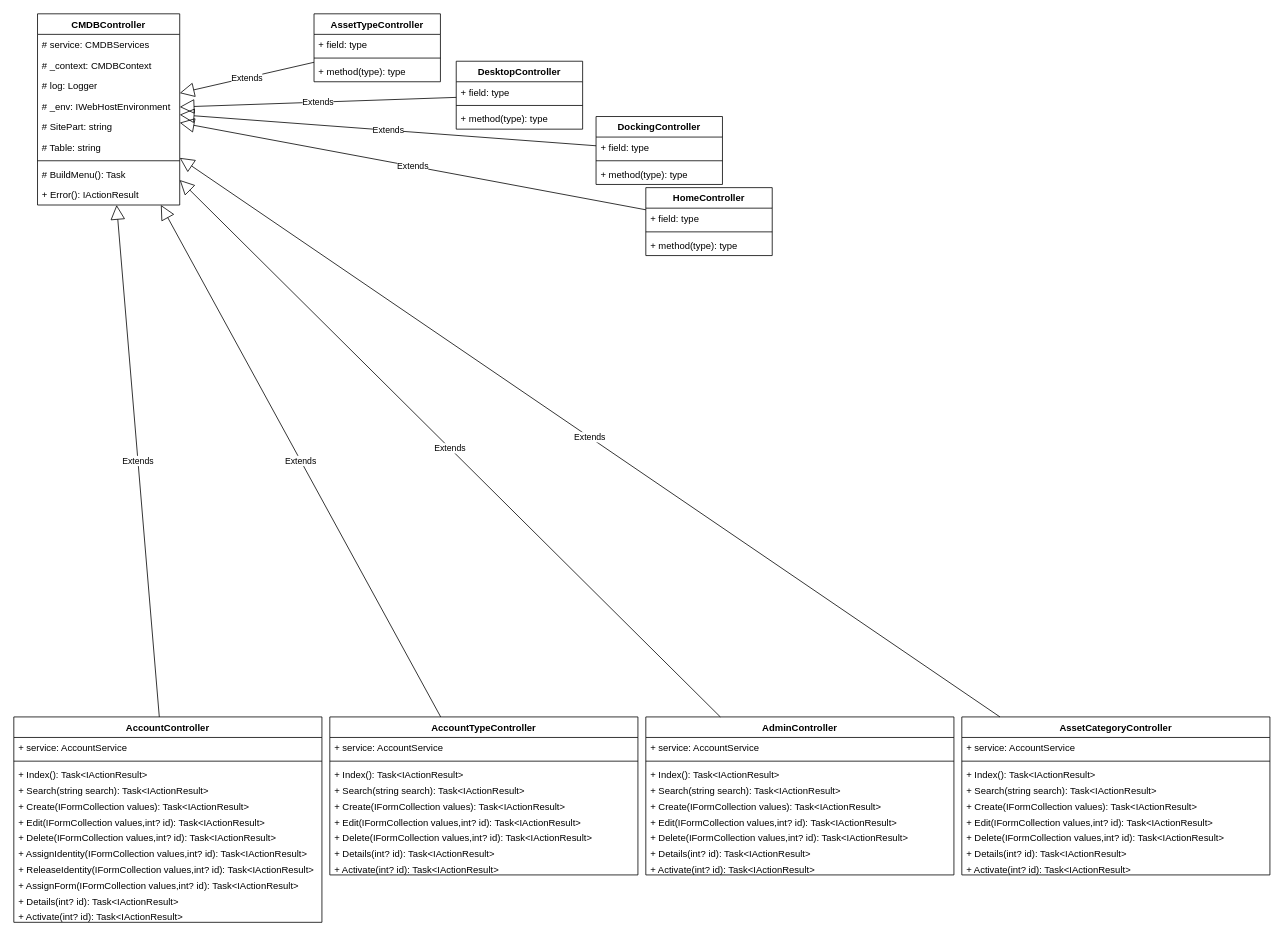
Above: page "Controllers" (3 of 5) of CMDB/CMDB/Documentation/CMDB-Class.drawio in HansColman45/PyCMDB (draw.io), before the change. Source tidied: cells renumbered, new cells numbered last; positions are measured from the earlier drawing's top-left corner, leaving out a move shared by most shapes. Both pictures are drawn from the tidied source at 79%, with x=0, y=0 at pixel (13, 13).
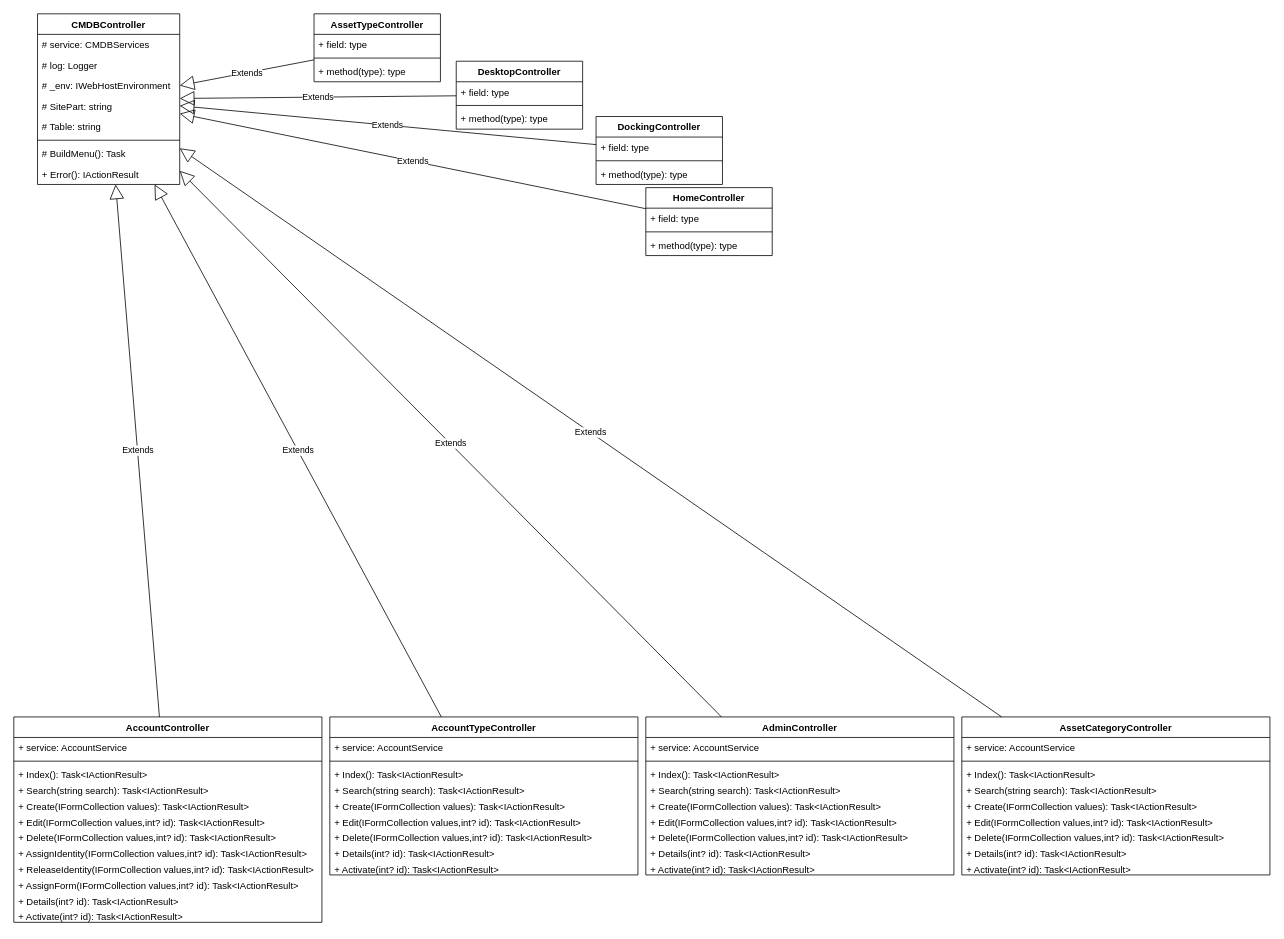
Above is the later version.

The edit, as a diff of the source:
```diff
@@
     <mxCell id="2" value="CMDBController" style="swimlane;fontStyle=1;align=center;verticalAlign=top;horizontal=1;startSize=26;" parent="1" vertex="1">
-      <mxGeometry x="30" width="180" height="242" as="geometry" />
+      <mxGeometry x="30" width="180" height="216" as="geometry" />
     </mxCell>
@@
-    <mxCell id="4" value="# _context: CMDBContext" style="text;strokeColor=none;fillColor=none;align=left;verticalAlign=top;spacingLeft=4;spacingRight=4;overflow=hidden;" parent="2" vertex="1">
-      <mxGeometry y="52" width="180" height="26" as="geometry" />
-    </mxCell>
     <mxCell id="5" value="# log: Logger" style="text;strokeColor=none;fillColor=none;align=left;verticalAlign=top;spacingLeft=4;spacingRight=4;overflow=hidden;" parent="2" vertex="1">
-      <mxGeometry y="78" width="180" height="26" as="geometry" />
+      <mxGeometry y="52" width="180" height="26" as="geometry" />
     </mxCell>
     <mxCell id="6" value="# _env: IWebHostEnvironment" style="text;strokeColor=none;fillColor=none;align=left;verticalAlign=top;spacingLeft=4;spacingRight=4;overflow=hidden;" parent="2" vertex="1">
-      <mxGeometry y="104" width="180" height="26" as="geometry" />
+      <mxGeometry y="78" width="180" height="26" as="geometry" />
     </mxCell>
     <mxCell id="7" value="# SitePart: string" style="text;strokeColor=none;fillColor=none;align=left;verticalAlign=top;spacingLeft=4;spacingRight=4;overflow=hidden;" parent="2" vertex="1">
-      <mxGeometry y="130" width="180" height="26" as="geometry" />
+      <mxGeometry y="104" width="180" height="26" as="geometry" />
     </mxCell>
     <mxCell id="8" value="# Table: string" style="text;strokeColor=none;fillColor=none;align=left;verticalAlign=top;spacingLeft=4;spacingRight=4;overflow=hidden;" parent="2" vertex="1">
-      <mxGeometry y="156" width="180" height="26" as="geometry" />
+      <mxGeometry y="130" width="180" height="26" as="geometry" />
     </mxCell>
     <mxCell id="9" style="line;strokeWidth=1;fillColor=none;align=left;verticalAlign=middle;spacingTop=-1;spacingLeft=3;spacingRight=3;labelPosition=right;" parent="2" vertex="1">
-      <mxGeometry y="182" width="180" height="8" as="geometry" />
+      <mxGeometry y="156" width="180" height="8" as="geometry" />
     </mxCell>
     <mxCell id="10" value="# BuildMenu(): Task" style="text;strokeColor=none;fillColor=none;align=left;verticalAlign=top;spacingLeft=4;spacingRight=4;overflow=hidden;" parent="2" vertex="1">
-      <mxGeometry y="190" width="180" height="26" as="geometry" />
+      <mxGeometry y="164" width="180" height="26" as="geometry" />
     </mxCell>
     <mxCell id="11" value="+ Error(): IActionResult" style="text;strokeColor=none;fillColor=none;align=left;verticalAlign=top;spacingLeft=4;spacingRight=4;overflow=hidden;" parent="2" vertex="1">
-      <mxGeometry y="216" width="180" height="26" as="geometry" />
+      <mxGeometry y="190" width="180" height="26" as="geometry" />
     </mxCell>
```
